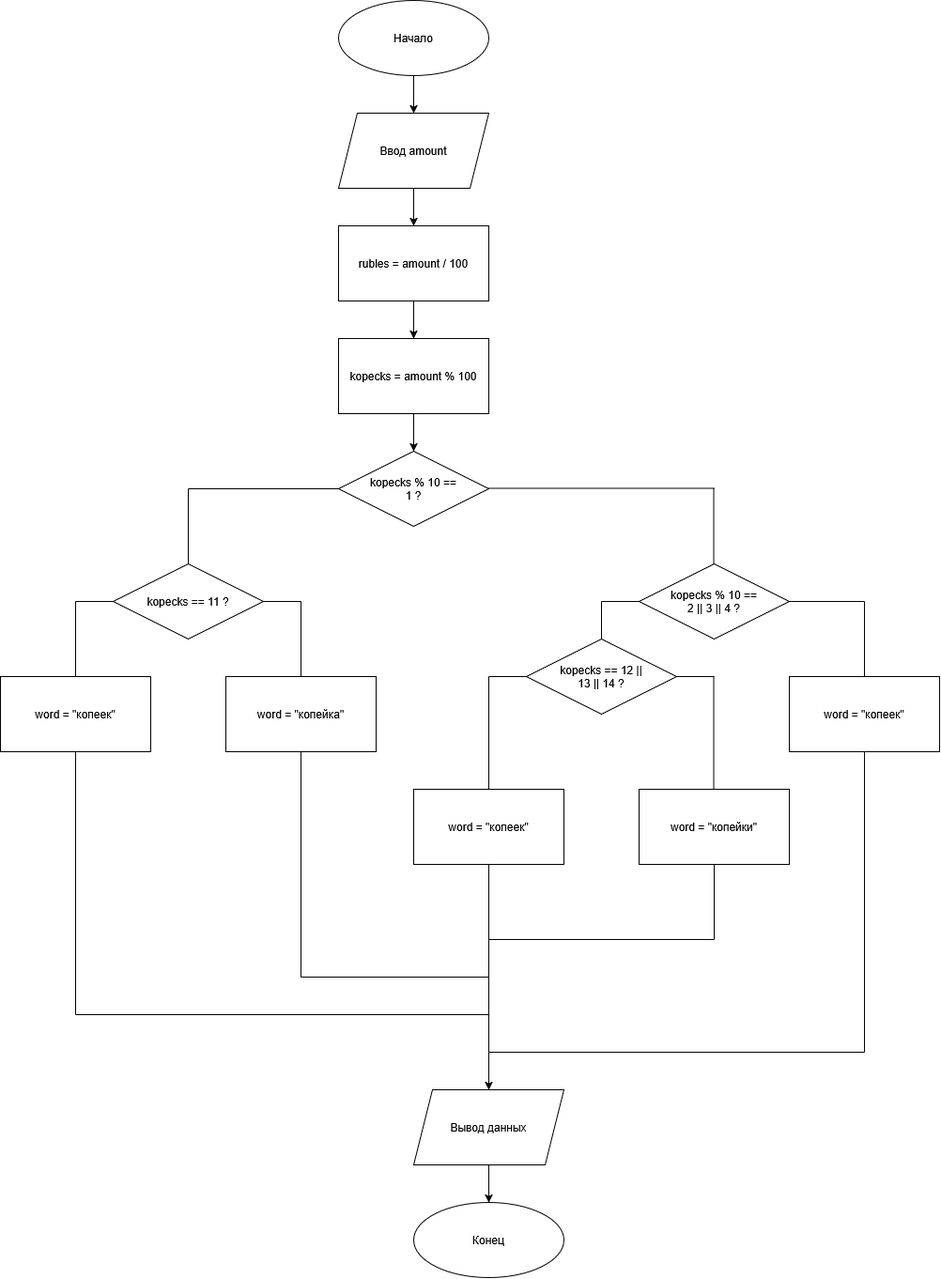
The draw.io diagram Images/SCHEMA_lab7.png in lup-lupich/H.W.-lab7-, before a commit. Source tidied: cells renumbered, new cells last; positions are measured from the earlier drawing's top-left corner, leaving out a move shared by most shapes. Source of this version:
```xml
<mxGraphModel>
  <root>
    <mxCell id="0" />
    <mxCell id="1" parent="0" />
    <mxCell id="2" style="edgeStyle=orthogonalEdgeStyle;rounded=0;jettySize=auto;html=1;defaultLabelBackgroundColor=page;" parent="1" edge="1" source="3" target="5">
      <mxGeometry relative="1" as="geometry" />
    </mxCell>
    <mxCell id="3" value="Начало" style="ellipse;whiteSpace=wrap;html=1;shapeInside=1;" parent="1" vertex="1">
      <mxGeometry x="360" width="160" height="80" as="geometry" />
    </mxCell>
    <mxCell id="4" style="edgeStyle=orthogonalEdgeStyle;rounded=0;jettySize=auto;html=1;defaultLabelBackgroundColor=page;" parent="1" edge="1" source="5" target="7">
      <mxGeometry relative="1" as="geometry" />
    </mxCell>
    <mxCell id="5" value="Ввод amount" style="shape=parallelogram;perimeter=parallelogramPerimeter;whiteSpace=wrap;html=1;shapeInside=1;fixedSize=1;" parent="1" vertex="1">
      <mxGeometry x="360" y="120" width="160" height="80" as="geometry" />
    </mxCell>
    <mxCell id="6" style="edgeStyle=orthogonalEdgeStyle;rounded=0;jettySize=auto;html=1;defaultLabelBackgroundColor=page;" parent="1" edge="1" source="7" target="9">
      <mxGeometry relative="1" as="geometry" />
    </mxCell>
    <mxCell id="7" value="rubles = amount / 100" style="rounded=0;whiteSpace=wrap;html=1;" parent="1" vertex="1">
      <mxGeometry x="360" y="240" width="160" height="80" as="geometry" />
    </mxCell>
    <mxCell id="8" style="edgeStyle=orthogonalEdgeStyle;rounded=0;jettySize=auto;html=1;defaultLabelBackgroundColor=page;" parent="1" edge="1" source="9" target="10">
      <mxGeometry relative="1" as="geometry" />
    </mxCell>
    <mxCell id="9" value="kopecks = amount % 100" style="rounded=0;whiteSpace=wrap;html=1;" parent="1" vertex="1">
      <mxGeometry x="360" y="360" width="160" height="80" as="geometry" />
    </mxCell>
    <mxCell id="10" value="kopecks % 10 == 1 ?" style="rhombus;whiteSpace=wrap;html=1;shapeInside=1;" parent="1" vertex="1">
      <mxGeometry x="360" y="480" width="160" height="80" as="geometry" />
    </mxCell>
    <mxCell id="11" style="endArrow=none;html=1;rounded=0;defaultLabelBackgroundColor=page;exitX=0;exitY=0.5;exitDx=0;exitDy=0;" parent="1" edge="1" source="10">
      <mxGeometry relative="1" as="geometry">
        <mxPoint x="200" y="520" as="targetPoint" />
      </mxGeometry>
    </mxCell>
    <mxCell id="12" style="endArrow=none;html=1;rounded=0;defaultLabelBackgroundColor=page;" parent="1" edge="1">
      <mxGeometry relative="1" as="geometry">
        <mxPoint x="200" y="520" as="sourcePoint" />
        <mxPoint x="200" y="600" as="targetPoint" />
      </mxGeometry>
    </mxCell>
    <mxCell id="13" value="kopecks == 11 ?" style="rhombus;whiteSpace=wrap;html=1;shapeInside=1;" parent="1" vertex="1">
      <mxGeometry x="120" y="600" width="160" height="80" as="geometry" />
    </mxCell>
    <mxCell id="14" style="endArrow=none;html=1;rounded=0;defaultLabelBackgroundColor=page;exitX=0;exitY=0.5;exitDx=0;exitDy=0;" parent="1" edge="1" source="13">
      <mxGeometry relative="1" as="geometry">
        <mxPoint x="80" y="640" as="targetPoint" />
      </mxGeometry>
    </mxCell>
    <mxCell id="15" style="endArrow=none;html=1;rounded=0;defaultLabelBackgroundColor=page;" parent="1" edge="1" target="16">
      <mxGeometry relative="1" as="geometry">
        <mxPoint x="80" y="640" as="sourcePoint" />
      </mxGeometry>
    </mxCell>
    <mxCell id="16" value="word = &quot;копеек&quot;" style="rounded=0;whiteSpace=wrap;html=1;" parent="1" vertex="1">
      <mxGeometry y="720" width="160" height="80" as="geometry" />
    </mxCell>
    <mxCell id="17" style="endArrow=none;html=1;rounded=0;defaultLabelBackgroundColor=page;exitX=1;exitY=0.5;exitDx=0;exitDy=0;" parent="1" edge="1" source="13">
      <mxGeometry relative="1" as="geometry">
        <mxPoint x="320" y="640" as="targetPoint" />
      </mxGeometry>
    </mxCell>
    <mxCell id="18" value="word = &quot;копейка&quot;" style="rounded=0;whiteSpace=wrap;html=1;" parent="1" vertex="1">
      <mxGeometry x="240" y="720" width="160" height="80" as="geometry" />
    </mxCell>
    <mxCell id="19" style="endArrow=none;html=1;rounded=0;defaultLabelBackgroundColor=page;entryX=0.5;entryY=0;entryDx=0;entryDy=0;" parent="1" edge="1" target="18">
      <mxGeometry relative="1" as="geometry">
        <mxPoint x="320" y="640" as="sourcePoint" />
      </mxGeometry>
    </mxCell>
    <mxCell id="20" style="endArrow=none;html=1;rounded=0;defaultLabelBackgroundColor=page;" parent="1" edge="1">
      <mxGeometry relative="1" as="geometry">
        <mxPoint x="760" y="519.5" as="sourcePoint" />
        <mxPoint x="520" y="519.5" as="targetPoint" />
      </mxGeometry>
    </mxCell>
    <mxCell id="21" value="kopecks % 10 == 2 || 3 || 4 ?" style="rhombus;whiteSpace=wrap;html=1;shapeInside=1;" parent="1" vertex="1">
      <mxGeometry x="680" y="600" width="160" height="80" as="geometry" />
    </mxCell>
    <mxCell id="22" style="endArrow=none;html=1;rounded=0;defaultLabelBackgroundColor=page;" parent="1" edge="1">
      <mxGeometry relative="1" as="geometry">
        <mxPoint x="759.5" y="520" as="sourcePoint" />
        <mxPoint x="759.5" y="600" as="targetPoint" />
      </mxGeometry>
    </mxCell>
    <mxCell id="23" style="endArrow=none;html=1;rounded=0;defaultLabelBackgroundColor=page;exitX=0;exitY=0.5;exitDx=0;exitDy=0;" parent="1" edge="1" source="21">
      <mxGeometry relative="1" as="geometry">
        <mxPoint x="640" y="640" as="targetPoint" />
      </mxGeometry>
    </mxCell>
    <mxCell id="24" value="kopecks == 12 || 13 || 14 ?" style="rhombus;whiteSpace=wrap;html=1;shapeInside=1;" parent="1" vertex="1">
      <mxGeometry x="560" y="680" width="160" height="80" as="geometry" />
    </mxCell>
    <mxCell id="25" style="endArrow=none;html=1;rounded=0;defaultLabelBackgroundColor=page;exitX=0.5;exitY=0;exitDx=0;exitDy=0;" parent="1" edge="1" source="24">
      <mxGeometry relative="1" as="geometry">
        <mxPoint x="640" y="640" as="targetPoint" />
      </mxGeometry>
    </mxCell>
    <mxCell id="26" style="endArrow=none;html=1;rounded=0;defaultLabelBackgroundColor=page;exitX=0;exitY=0.5;exitDx=0;exitDy=0;" parent="1" edge="1">
      <mxGeometry relative="1" as="geometry">
        <mxPoint x="760" y="720" as="sourcePoint" />
        <mxPoint x="720" y="720" as="targetPoint" />
      </mxGeometry>
    </mxCell>
    <mxCell id="27" style="endArrow=none;html=1;rounded=0;defaultLabelBackgroundColor=page;exitX=0;exitY=0.5;exitDx=0;exitDy=0;" parent="1" edge="1">
      <mxGeometry relative="1" as="geometry">
        <mxPoint x="560" y="720" as="sourcePoint" />
        <mxPoint x="520" y="720" as="targetPoint" />
      </mxGeometry>
    </mxCell>
    <mxCell id="28" style="endArrow=none;html=1;rounded=0;defaultLabelBackgroundColor=page;" parent="1" edge="1">
      <mxGeometry relative="1" as="geometry">
        <mxPoint x="520" y="840" as="sourcePoint" />
        <mxPoint x="520" y="720" as="targetPoint" />
      </mxGeometry>
    </mxCell>
    <mxCell id="29" value="word = &quot;копеек&quot;" style="rounded=0;whiteSpace=wrap;html=1;" parent="1" vertex="1">
      <mxGeometry x="440" y="840" width="160" height="80" as="geometry" />
    </mxCell>
    <mxCell id="30" style="endArrow=none;html=1;rounded=0;defaultLabelBackgroundColor=page;" parent="1" edge="1">
      <mxGeometry relative="1" as="geometry">
        <mxPoint x="759.5" y="840" as="sourcePoint" />
        <mxPoint x="759.5" y="720" as="targetPoint" />
      </mxGeometry>
    </mxCell>
    <mxCell id="31" value="word = &quot;копейки&quot;" style="rounded=0;whiteSpace=wrap;html=1;" parent="1" vertex="1">
      <mxGeometry x="680" y="840" width="160" height="80" as="geometry" />
    </mxCell>
    <mxCell id="32" style="endArrow=none;html=1;rounded=0;defaultLabelBackgroundColor=page;exitX=1;exitY=0.5;exitDx=0;exitDy=0;" parent="1" edge="1" source="21">
      <mxGeometry relative="1" as="geometry">
        <mxPoint x="920" y="640" as="targetPoint" />
      </mxGeometry>
    </mxCell>
    <mxCell id="33" style="endArrow=none;html=1;rounded=0;defaultLabelBackgroundColor=page;" parent="1" edge="1">
      <mxGeometry relative="1" as="geometry">
        <mxPoint x="920" y="640" as="sourcePoint" />
        <mxPoint x="920" y="720" as="targetPoint" />
      </mxGeometry>
    </mxCell>
    <mxCell id="34" value="word = &quot;копеек&quot;" style="rounded=0;whiteSpace=wrap;html=1;" parent="1" vertex="1">
      <mxGeometry x="840" y="720" width="160" height="80" as="geometry" />
    </mxCell>
    <mxCell id="35" style="endArrow=none;html=1;rounded=0;defaultLabelBackgroundColor=page;exitX=0.5;exitY=1;exitDx=0;exitDy=0;" parent="1" edge="1" source="34">
      <mxGeometry relative="1" as="geometry">
        <mxPoint x="920" y="1120" as="targetPoint" />
      </mxGeometry>
    </mxCell>
    <mxCell id="36" style="endArrow=none;html=1;rounded=0;defaultLabelBackgroundColor=page;" parent="1" edge="1">
      <mxGeometry relative="1" as="geometry">
        <mxPoint x="920" y="1120" as="sourcePoint" />
        <mxPoint x="520" y="1120" as="targetPoint" />
      </mxGeometry>
    </mxCell>
    <mxCell id="37" style="endArrow=classic;html=1;rounded=0;defaultLabelBackgroundColor=page;" parent="1" edge="1">
      <mxGeometry relative="1" as="geometry">
        <mxPoint x="520" y="1120" as="sourcePoint" />
        <mxPoint x="520" y="1160" as="targetPoint" />
      </mxGeometry>
    </mxCell>
    <mxCell id="38" style="edgeStyle=orthogonalEdgeStyle;rounded=0;jettySize=auto;html=1;defaultLabelBackgroundColor=page;" parent="1" edge="1" source="39" target="40">
      <mxGeometry relative="1" as="geometry" />
    </mxCell>
    <mxCell id="39" value="Вывод данных" style="shape=parallelogram;perimeter=parallelogramPerimeter;whiteSpace=wrap;html=1;shapeInside=1;fixedSize=1;" parent="1" vertex="1">
      <mxGeometry x="440" y="1160" width="160" height="80" as="geometry" />
    </mxCell>
    <mxCell id="40" value="Конец" style="ellipse;whiteSpace=wrap;html=1;shapeInside=1;" parent="1" vertex="1">
      <mxGeometry x="440" y="1280" width="160" height="80" as="geometry" />
    </mxCell>
    <mxCell id="41" style="endArrow=none;html=1;rounded=0;defaultLabelBackgroundColor=page;exitX=0.5;exitY=1;exitDx=0;exitDy=0;" parent="1" edge="1" source="29">
      <mxGeometry relative="1" as="geometry">
        <mxPoint x="520" y="1120" as="targetPoint" />
      </mxGeometry>
    </mxCell>
    <mxCell id="42" style="endArrow=none;html=1;rounded=0;defaultLabelBackgroundColor=page;entryX=0.5;entryY=1;entryDx=0;entryDy=0;" parent="1" edge="1" target="31">
      <mxGeometry relative="1" as="geometry">
        <mxPoint x="760" y="1000" as="sourcePoint" />
      </mxGeometry>
    </mxCell>
    <mxCell id="43" style="endArrow=none;html=1;rounded=0;defaultLabelBackgroundColor=page;" parent="1" edge="1">
      <mxGeometry relative="1" as="geometry">
        <mxPoint x="520" y="1000" as="sourcePoint" />
        <mxPoint x="760" y="1000" as="targetPoint" />
      </mxGeometry>
    </mxCell>
    <mxCell id="44" style="endArrow=none;html=1;rounded=0;defaultLabelBackgroundColor=page;exitX=0.5;exitY=1;exitDx=0;exitDy=0;" parent="1" edge="1" source="18">
      <mxGeometry relative="1" as="geometry">
        <mxPoint x="320" y="1040" as="targetPoint" />
      </mxGeometry>
    </mxCell>
    <mxCell id="45" style="endArrow=none;html=1;rounded=0;defaultLabelBackgroundColor=page;" parent="1" edge="1">
      <mxGeometry relative="1" as="geometry">
        <mxPoint x="320" y="1040" as="sourcePoint" />
        <mxPoint x="520" y="1040" as="targetPoint" />
      </mxGeometry>
    </mxCell>
    <mxCell id="46" style="endArrow=none;html=1;rounded=0;defaultLabelBackgroundColor=page;exitX=0.5;exitY=1;exitDx=0;exitDy=0;" parent="1" edge="1" source="16">
      <mxGeometry relative="1" as="geometry">
        <mxPoint x="80" y="1080" as="targetPoint" />
      </mxGeometry>
    </mxCell>
    <mxCell id="47" style="endArrow=none;html=1;rounded=0;defaultLabelBackgroundColor=page;" parent="1" edge="1">
      <mxGeometry relative="1" as="geometry">
        <mxPoint x="80" y="1080" as="sourcePoint" />
        <mxPoint x="520" y="1080" as="targetPoint" />
      </mxGeometry>
    </mxCell>
  </root>
</mxGraphModel>
```
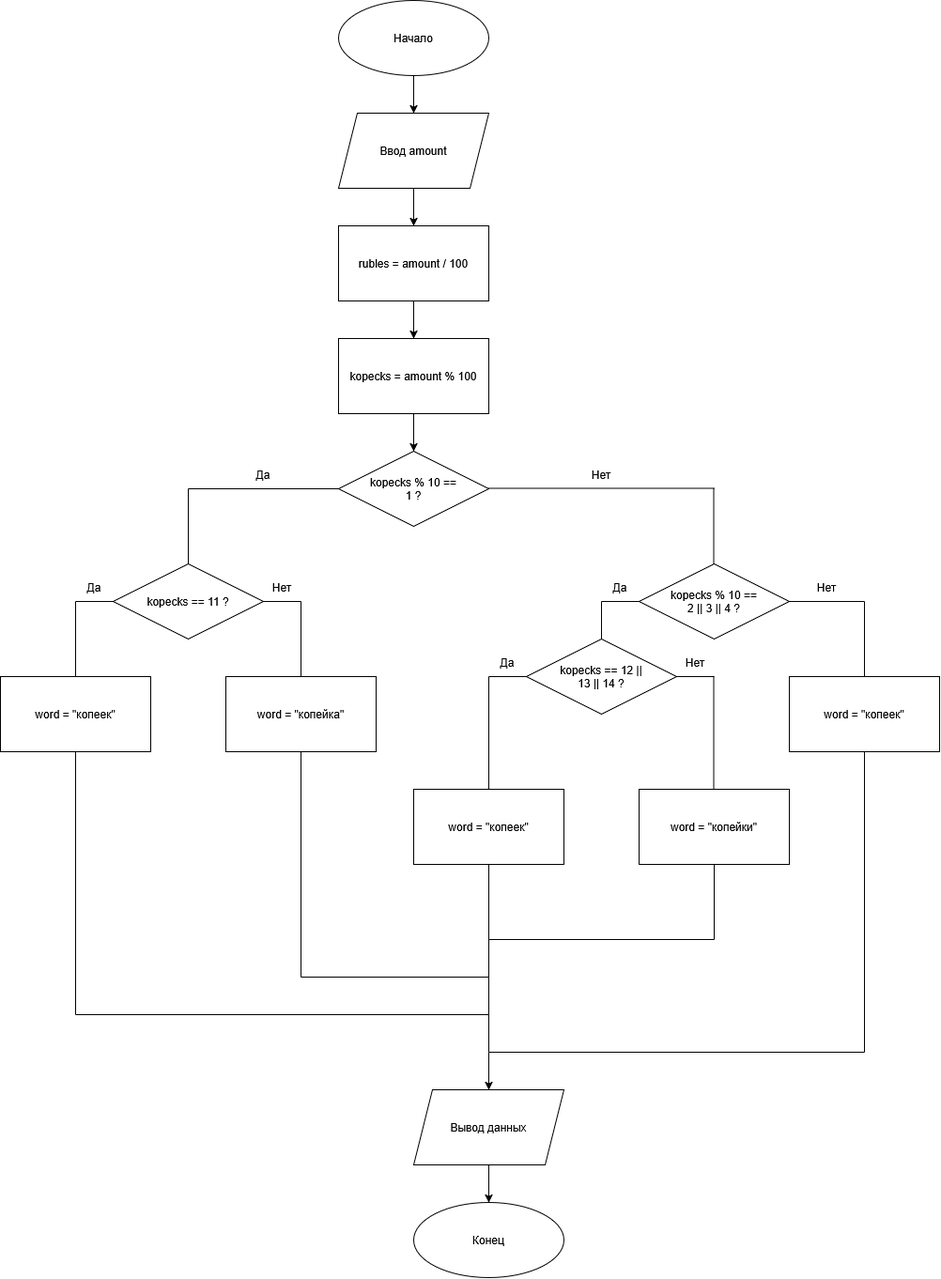
The same diagram one commit later.

Commit message:
Обновлена схема, добавлены подписи

What changed in the source:
```diff
@@ -205,5 +205,29 @@
         <mxPoint x="520" y="1080" as="targetPoint" />
       </mxGeometry>
     </mxCell>
+    <mxCell id="48" value="Да" style="text;html=1;whiteSpace=wrap;strokeColor=none;fillColor=none;align=center;verticalAlign=middle;rounded=0;" parent="1" vertex="1">
+      <mxGeometry x="250" y="490" width="60" height="30" as="geometry" />
+    </mxCell>
+    <mxCell id="49" value="Да" style="text;html=1;whiteSpace=wrap;strokeColor=none;fillColor=none;align=center;verticalAlign=middle;rounded=0;" parent="1" vertex="1">
+      <mxGeometry x="70" y="610" width="60" height="30" as="geometry" />
+    </mxCell>
+    <mxCell id="50" value="Нет" style="text;html=1;whiteSpace=wrap;strokeColor=none;fillColor=none;align=center;verticalAlign=middle;rounded=0;" parent="1" vertex="1">
+      <mxGeometry x="270" y="610" width="60" height="30" as="geometry" />
+    </mxCell>
+    <mxCell id="51" value="Нет" style="text;html=1;whiteSpace=wrap;strokeColor=none;fillColor=none;align=center;verticalAlign=middle;rounded=0;" parent="1" vertex="1">
+      <mxGeometry x="610" y="490" width="60" height="30" as="geometry" />
+    </mxCell>
+    <mxCell id="52" value="Нет" style="text;html=1;whiteSpace=wrap;strokeColor=none;fillColor=none;align=center;verticalAlign=middle;rounded=0;" parent="1" vertex="1">
+      <mxGeometry x="850" y="610" width="60" height="30" as="geometry" />
+    </mxCell>
+    <mxCell id="53" value="Да" style="text;html=1;whiteSpace=wrap;strokeColor=none;fillColor=none;align=center;verticalAlign=middle;rounded=0;" parent="1" vertex="1">
+      <mxGeometry x="630" y="610" width="60" height="30" as="geometry" />
+    </mxCell>
+    <mxCell id="54" value="Да" style="text;html=1;whiteSpace=wrap;strokeColor=none;fillColor=none;align=center;verticalAlign=middle;rounded=0;" parent="1" vertex="1">
+      <mxGeometry x="510" y="690" width="60" height="30" as="geometry" />
+    </mxCell>
+    <mxCell id="55" value="Нет" style="text;html=1;whiteSpace=wrap;strokeColor=none;fillColor=none;align=center;verticalAlign=middle;rounded=0;" parent="1" vertex="1">
+      <mxGeometry x="710" y="690" width="60" height="30" as="geometry" />
+    </mxCell>
   </root>
 </mxGraphModel>
```
